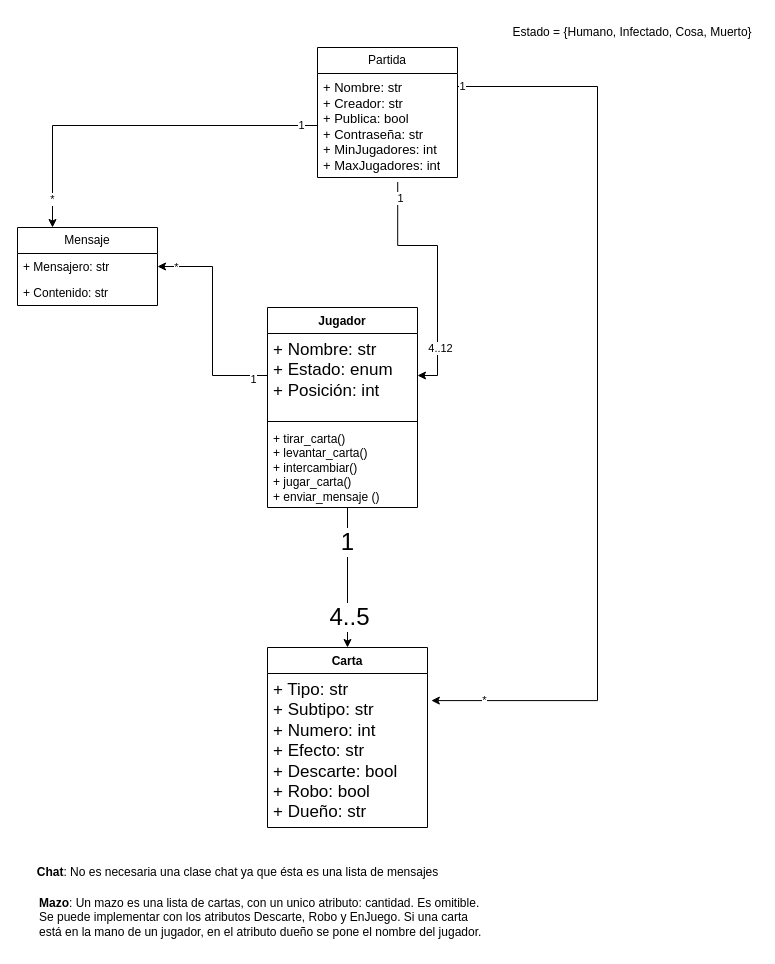
Above: take-home/diagrama_clases.drawio in irmrz/ingenieria-software-1 (draw.io), before the change. Source tidied: cells renumbered, new cells numbered last; positions are measured from the earlier drawing's top-left corner, leaving out a move shared by most shapes. Both pictures are drawn from the tidied source at 100%, with x=0, y=0 at pixel (17, 17).
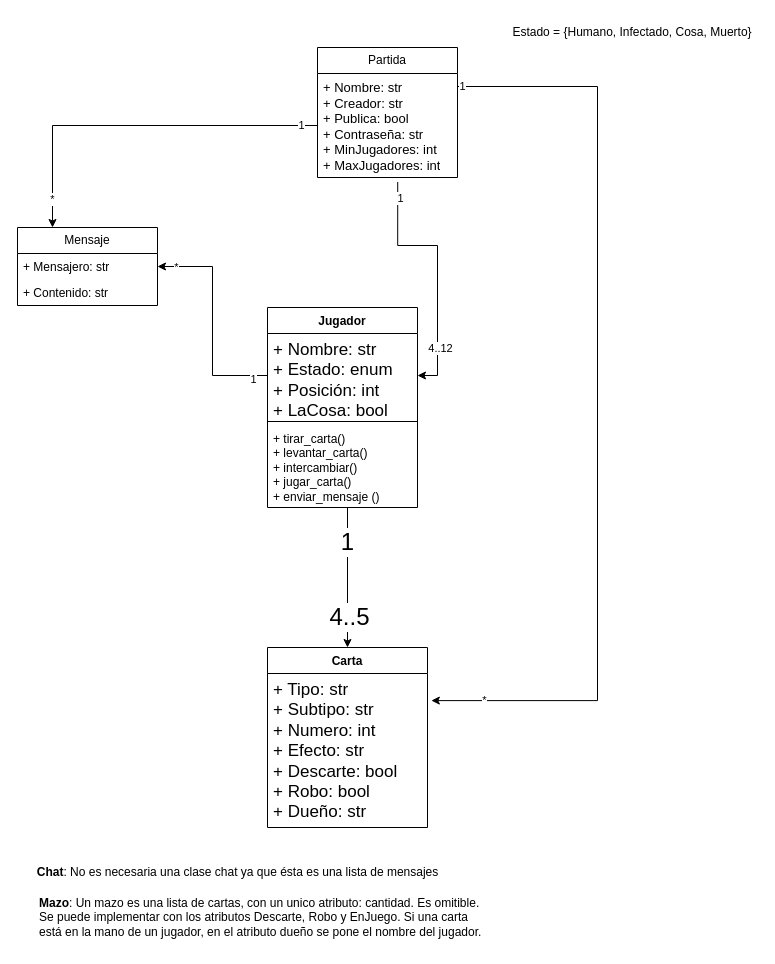
The same diagram, later.

Unchanged cells that the change refers to:
```xml
<mxCell id="5" value="Jugador" style="swimlane;fontStyle=1;align=center;verticalAlign=top;horizontal=1;startSize=26;whiteSpace=wrap;html=1;" parent="1" vertex="1">
  <mxGeometry x="250" y="290" width="150" height="200" as="geometry" />
</mxCell>
```

What changed in the source:
```diff
@@
-    <mxCell id="6" value="&lt;div style=&quot;font-size: 17px;&quot;&gt;&lt;font style=&quot;font-size: 17px;&quot;&gt;+ Nombre: str&lt;br&gt;&lt;/font&gt;&lt;/div&gt;&lt;div style=&quot;font-size: 17px;&quot;&gt;&lt;font style=&quot;font-size: 17px;&quot;&gt;+ Estado: enum&lt;br&gt;&lt;/font&gt;&lt;/div&gt;&lt;div style=&quot;font-size: 17px;&quot;&gt;&lt;font style=&quot;font-size: 17px;&quot;&gt;+ Posición: int&lt;br&gt;&lt;/font&gt;&lt;/div&gt;" style="text;strokeColor=none;fillColor=none;align=left;verticalAlign=top;spacingLeft=4;spacingRight=4;overflow=hidden;points=[[0,0.5],[1,0.5]];portConstraint=eastwest;whiteSpace=wrap;html=1;" parent="5" vertex="1">
+    <mxCell id="6" value="&lt;div style=&quot;font-size: 17px;&quot;&gt;&lt;font style=&quot;font-size: 17px;&quot;&gt;+ Nombre: str&lt;br&gt;&lt;/font&gt;&lt;/div&gt;&lt;div style=&quot;font-size: 17px;&quot;&gt;&lt;font style=&quot;font-size: 17px;&quot;&gt;+ Estado: enum&lt;br&gt;&lt;/font&gt;&lt;/div&gt;&lt;div style=&quot;font-size: 17px;&quot;&gt;&lt;font style=&quot;font-size: 17px;&quot;&gt;+ Posición: int&lt;br&gt;&lt;/font&gt;&lt;/div&gt;&lt;div style=&quot;font-size: 17px;&quot;&gt;&lt;font style=&quot;font-size: 17px;&quot;&gt;+ LaCosa: bool&lt;br&gt;&lt;/font&gt;&lt;/div&gt;" style="text;strokeColor=none;fillColor=none;align=left;verticalAlign=top;spacingLeft=4;spacingRight=4;overflow=hidden;points=[[0,0.5],[1,0.5]];portConstraint=eastwest;whiteSpace=wrap;html=1;" parent="5" vertex="1">
       <mxGeometry y="26" width="150" height="84" as="geometry" />
     </mxCell>
```
